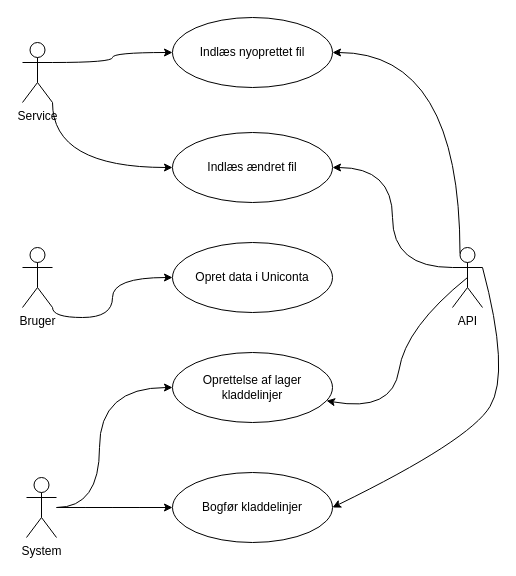
Earlier version of the draw.io diagram Diagrammer/Usecase_Diagram.drawio (KeanTech/FinalEksame_UncontaIntegration). Source tidied: cells renumbered, new cells numbered last; positions are measured from the earlier drawing's top-left corner, leaving out a move shared by most shapes. Both pictures are drawn from the tidied source at 100%, with x=0, y=0 at pixel (22, 17).
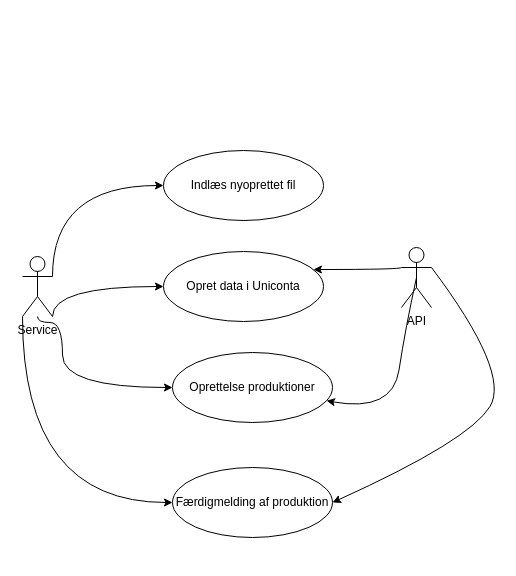
The same page after the edit.

The edit, as a diff of the source:
```diff
@@
-    <mxCell id="2" value="Bruger" style="shape=umlActor;verticalLabelPosition=bottom;verticalAlign=top;html=1;outlineConnect=0;" parent="1" vertex="1">
-      <mxGeometry y="230" width="30" height="60" as="geometry" />
-    </mxCell>
+    <mxCell id="20" style="edgeStyle=orthogonalEdgeStyle;rounded=0;jettySize=auto;html=1;curved=1;" parent="1" edge="1" source="3" target="11">
+      <mxGeometry relative="1" as="geometry">
+        <Array as="points">
+          <mxPoint x="15" y="305" />
+          <mxPoint x="40" y="305" />
+          <mxPoint x="40" y="370" />
+        </Array>
+      </mxGeometry>
+    </mxCell>
+    <mxCell id="21" style="edgeStyle=orthogonalEdgeStyle;rounded=0;jettySize=auto;html=1;curved=1;" parent="1" edge="1" source="3" target="12">
+      <mxGeometry relative="1" as="geometry">
+        <Array as="points">
+          <mxPoint y="485" />
+        </Array>
+      </mxGeometry>
+    </mxCell>
     <mxCell id="3" value="Service" style="shape=umlActor;verticalLabelPosition=bottom;verticalAlign=top;html=1;outlineConnect=0;" parent="1" vertex="1">
-      <mxGeometry y="25" width="30" height="60" as="geometry" />
+      <mxGeometry y="239" width="30" height="60" as="geometry" />
     </mxCell>
     <mxCell id="4" value="API" style="shape=umlActor;verticalLabelPosition=bottom;verticalAlign=top;html=1;outlineConnect=0;" parent="1" vertex="1">
-      <mxGeometry x="430" y="230" width="30" height="60" as="geometry" />
+      <mxGeometry x="379" y="230" width="30" height="60" as="geometry" />
     </mxCell>
     <mxCell id="5" value="Indlæs nyoprettet fil" style="ellipse;whiteSpace=wrap;html=1;" parent="1" vertex="1">
-      <mxGeometry x="150" width="160" height="70" as="geometry" />
+      <mxGeometry x="141" y="133" width="160" height="70" as="geometry" />
     </mxCell>
     <mxCell id="6" style="endArrow=classic;html=1;rounded=0;edgeStyle=orthogonalEdgeStyle;exitX=1;exitY=0.3333333333333333;exitDx=0;exitDy=0;exitPerimeter=0;curved=1;" parent="1" edge="1" source="3" target="5">
-      <mxGeometry relative="1" as="geometry" />
+      <mxGeometry relative="1" as="geometry">
+        <Array as="points">
+          <mxPoint x="30" y="168" />
+        </Array>
+      </mxGeometry>
     </mxCell>
-    <mxCell id="7" value="Indlæs ændret fil" style="ellipse;whiteSpace=wrap;html=1;" parent="1" vertex="1">
-      <mxGeometry x="150" y="115" width="160" height="70" as="geometry" />
-    </mxCell>
     <mxCell id="8" value="Opret data i Uniconta" style="ellipse;whiteSpace=wrap;html=1;" parent="1" vertex="1">
-      <mxGeometry x="150" y="225" width="160" height="70" as="geometry" />
+      <mxGeometry x="141" y="234" width="160" height="70" as="geometry" />
     </mxCell>
-    <mxCell id="9" style="endArrow=classic;html=1;rounded=0;exitX=1;exitY=1;exitDx=0;exitDy=0;exitPerimeter=0;entryX=0;entryY=0.5;entryDx=0;entryDy=0;edgeStyle=orthogonalEdgeStyle;curved=1;" parent="1" edge="1" source="2" target="8">
-      <mxGeometry relative="1" as="geometry" />
-    </mxCell>
-    <mxCell id="10" style="endArrow=classic;html=1;rounded=0;edgeStyle=orthogonalEdgeStyle;exitX=1;exitY=1;exitDx=0;exitDy=0;exitPerimeter=0;entryX=0;entryY=0.5;entryDx=0;entryDy=0;curved=1;" parent="1" edge="1" source="3" target="7">
-      <mxGeometry relative="1" as="geometry" />
-    </mxCell>
-    <mxCell id="11" value="Oprettelse af lager kladdelinjer&lt;span id=&quot;docs-internal-guid-f7d9dfb9-7fff-8295-e9e1-6fcb5b5b0312&quot;&gt;&lt;/span&gt;" style="ellipse;whiteSpace=wrap;html=1;" parent="1" vertex="1">
+    <mxCell id="11" value="Oprettelse produktioner&lt;span id=&quot;docs-internal-guid-f7d9dfb9-7fff-8295-e9e1-6fcb5b5b0312&quot;&gt;&lt;/span&gt;" style="ellipse;whiteSpace=wrap;html=1;" parent="1" vertex="1">
       <mxGeometry x="150" y="335" width="160" height="70" as="geometry" />
     </mxCell>
-    <mxCell id="12" value="Bogfør kladdelinjer" style="ellipse;whiteSpace=wrap;html=1;" parent="1" vertex="1">
-      <mxGeometry x="150" y="455" width="160" height="70" as="geometry" />
+    <mxCell id="12" value="Færdigmelding af produktion" style="ellipse;whiteSpace=wrap;html=1;" parent="1" vertex="1">
+      <mxGeometry x="150" y="450" width="160" height="70" as="geometry" />
     </mxCell>
@@
-    <mxCell id="15" style="endArrow=classic;html=1;rounded=0;entryX=1;entryY=0.5;entryDx=0;entryDy=0;exitX=0.25;exitY=0.1;exitDx=0;exitDy=0;exitPerimeter=0;edgeStyle=orthogonalEdgeStyle;curved=1;" parent="1" edge="1" source="4" target="5">
-      <mxGeometry relative="1" as="geometry">
-        <Array as="points">
-          <mxPoint x="438" y="35" />
-        </Array>
-      </mxGeometry>
-    </mxCell>
-    <mxCell id="16" style="endArrow=classic;html=1;rounded=0;entryX=1;entryY=0.5;entryDx=0;entryDy=0;exitX=0;exitY=0.3333333333333333;exitDx=0;exitDy=0;exitPerimeter=0;edgeStyle=orthogonalEdgeStyle;curved=1;" parent="1" edge="1" source="4" target="7">
-      <mxGeometry relative="1" as="geometry" />
-    </mxCell>
-    <mxCell id="17" style="edgeStyle=orthogonalEdgeStyle;rounded=0;jettySize=auto;html=1;curved=1;" parent="1" edge="1" source="19" target="11">
-      <mxGeometry relative="1" as="geometry">
-        <Array as="points">
-          <mxPoint x="77" y="490" />
-          <mxPoint x="77" y="370" />
-        </Array>
-      </mxGeometry>
-    </mxCell>
-    <mxCell id="18" style="edgeStyle=orthogonalEdgeStyle;rounded=0;jettySize=auto;html=1;curved=1;" parent="1" edge="1" source="19" target="12">
-      <mxGeometry relative="1" as="geometry">
-        <Array as="points">
-          <mxPoint x="92" y="490" />
-          <mxPoint x="92" y="490" />
-        </Array>
-      </mxGeometry>
-    </mxCell>
-    <mxCell id="19" value="System" style="shape=umlActor;verticalLabelPosition=bottom;verticalAlign=top;html=1;outlineConnect=0;" parent="1" vertex="1">
-      <mxGeometry x="4" y="460" width="30" height="60" as="geometry" />
-    </mxCell>
+    <mxCell id="22" style="endArrow=classic;html=1;rounded=0;edgeStyle=orthogonalEdgeStyle;exitX=1;exitY=1;exitDx=0;exitDy=0;exitPerimeter=0;curved=1;entryX=0;entryY=0.5;entryDx=0;entryDy=0;" parent="1" edge="1" source="3" target="8">
+      <mxGeometry relative="1" as="geometry">
+        <Array as="points">
+          <mxPoint x="30" y="269" />
+        </Array>
+      </mxGeometry>
+    </mxCell>
+    <mxCell id="23" style="endArrow=classic;html=1;rounded=0;exitX=0;exitY=0.3333333333333333;exitDx=0;exitDy=0;exitPerimeter=0;edgeStyle=orthogonalEdgeStyle;curved=1;" parent="1" edge="1" source="4" target="8">
+      <mxGeometry relative="1" as="geometry">
+        <Array as="points">
+          <mxPoint x="379" y="252" />
+        </Array>
+      </mxGeometry>
+    </mxCell>
```
